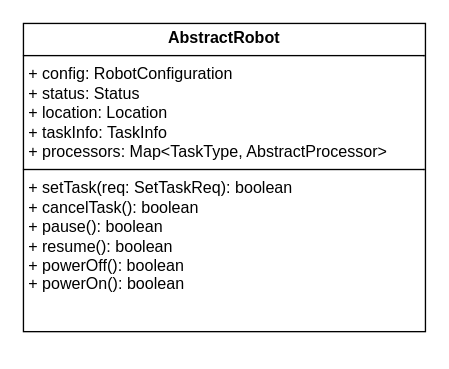
Before: 测试111.drawio in yuhang9580/drawio, a draw.io diagram. Source tidied: cells renumbered, new cells numbered last; positions are measured from the earlier drawing's top-left corner, leaving out a move shared by most shapes. Both pictures are drawn from the tidied source at 134%, with x=0, y=0 at pixel (23, 23).
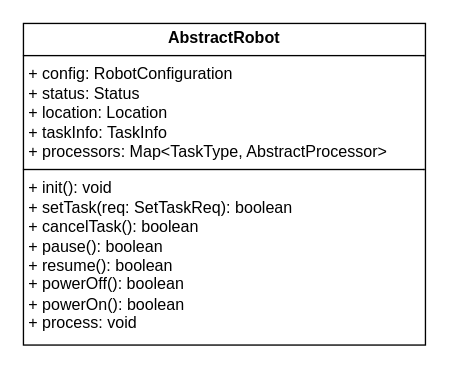
Above is the later version.

Change to the diagram source:
```diff
@@
 <mxGraphModel>
   <root>
     <mxCell id="0" />
     <mxCell id="1" parent="0" />
-    <mxCell id="2" value="&lt;p style=&quot;margin:0px;margin-top:4px;text-align:center;&quot;&gt;&lt;b&gt;AbstractRobot&lt;/b&gt;&lt;/p&gt;&lt;hr size=&quot;1&quot; style=&quot;border-style:solid;&quot;&gt;&lt;p style=&quot;margin:0px;margin-left:4px;&quot;&gt;+ config: RobotConfiguration&lt;/p&gt;&lt;p style=&quot;margin:0px;margin-left:4px;&quot;&gt;+ status: Status&lt;/p&gt;&lt;p style=&quot;margin:0px;margin-left:4px;&quot;&gt;+ location: Location&lt;/p&gt;&lt;p style=&quot;margin:0px;margin-left:4px;&quot;&gt;+ taskInfo: TaskInfo&lt;/p&gt;&lt;p style=&quot;margin:0px;margin-left:4px;&quot;&gt;+ processors: Map&amp;lt;TaskType, AbstractProcessor&amp;gt;&lt;/p&gt;&lt;hr size=&quot;1&quot; style=&quot;border-style:solid;&quot;&gt;&lt;p style=&quot;margin:0px;margin-left:4px;&quot;&gt;+ setTask(req: SetTaskReq): boolean&lt;/p&gt;&lt;p style=&quot;margin:0px;margin-left:4px;&quot;&gt;+ cancelTask(): boolean&lt;/p&gt;&lt;p style=&quot;margin:0px;margin-left:4px;&quot;&gt;+ pause(): boolean&lt;/p&gt;&lt;p style=&quot;margin:0px;margin-left:4px;&quot;&gt;+ resume(): boolean&lt;/p&gt;&lt;p style=&quot;margin:0px;margin-left:4px;&quot;&gt;+ powerOff(): boolean&lt;/p&gt;&lt;p style=&quot;margin:0px;margin-left:4px;&quot;&gt;+ powerOn(): boolean&lt;/p&gt;" style="verticalAlign=top;align=left;overflow=fill;html=1;whiteSpace=wrap;" parent="1" vertex="1">
-      <mxGeometry width="300" height="230" as="geometry" />
+    <mxCell id="2" value="&lt;p style=&quot;margin:0px;margin-top:4px;text-align:center;&quot;&gt;&lt;b&gt;AbstractRobot&lt;/b&gt;&lt;/p&gt;&lt;hr size=&quot;1&quot; style=&quot;border-style:solid;&quot;&gt;&lt;p style=&quot;margin:0px;margin-left:4px;&quot;&gt;+ config: RobotConfiguration&lt;/p&gt;&lt;p style=&quot;margin:0px;margin-left:4px;&quot;&gt;+ status: Status&lt;/p&gt;&lt;p style=&quot;margin:0px;margin-left:4px;&quot;&gt;+ location: Location&lt;/p&gt;&lt;p style=&quot;margin:0px;margin-left:4px;&quot;&gt;+ taskInfo: TaskInfo&lt;/p&gt;&lt;p style=&quot;margin:0px;margin-left:4px;&quot;&gt;+ processors: Map&amp;lt;TaskType, AbstractProcessor&amp;gt;&lt;/p&gt;&lt;hr size=&quot;1&quot; style=&quot;border-style:solid;&quot;&gt;&lt;p style=&quot;margin:0px;margin-left:4px;&quot;&gt;+ init(): void&lt;/p&gt;&lt;p style=&quot;margin:0px;margin-left:4px;&quot;&gt;+ setTask(req: SetTaskReq): boolean&lt;/p&gt;&lt;p style=&quot;margin:0px;margin-left:4px;&quot;&gt;+ cancelTask(): boolean&lt;/p&gt;&lt;p style=&quot;margin:0px;margin-left:4px;&quot;&gt;+ pause(): boolean&lt;/p&gt;&lt;p style=&quot;margin:0px;margin-left:4px;&quot;&gt;+ resume(): boolean&lt;/p&gt;&lt;p style=&quot;margin:0px;margin-left:4px;&quot;&gt;+ powerOff(): boolean&lt;/p&gt;&lt;p style=&quot;margin:0px;margin-left:4px;&quot;&gt;+ powerOn(): boolean&lt;/p&gt;&lt;p style=&quot;margin:0px;margin-left:4px;&quot;&gt;+ process: void&lt;/p&gt;" style="verticalAlign=top;align=left;overflow=fill;html=1;whiteSpace=wrap;" parent="1" vertex="1">
+      <mxGeometry width="300" height="240" as="geometry" />
     </mxCell>
   </root>
 </mxGraphModel>
```
